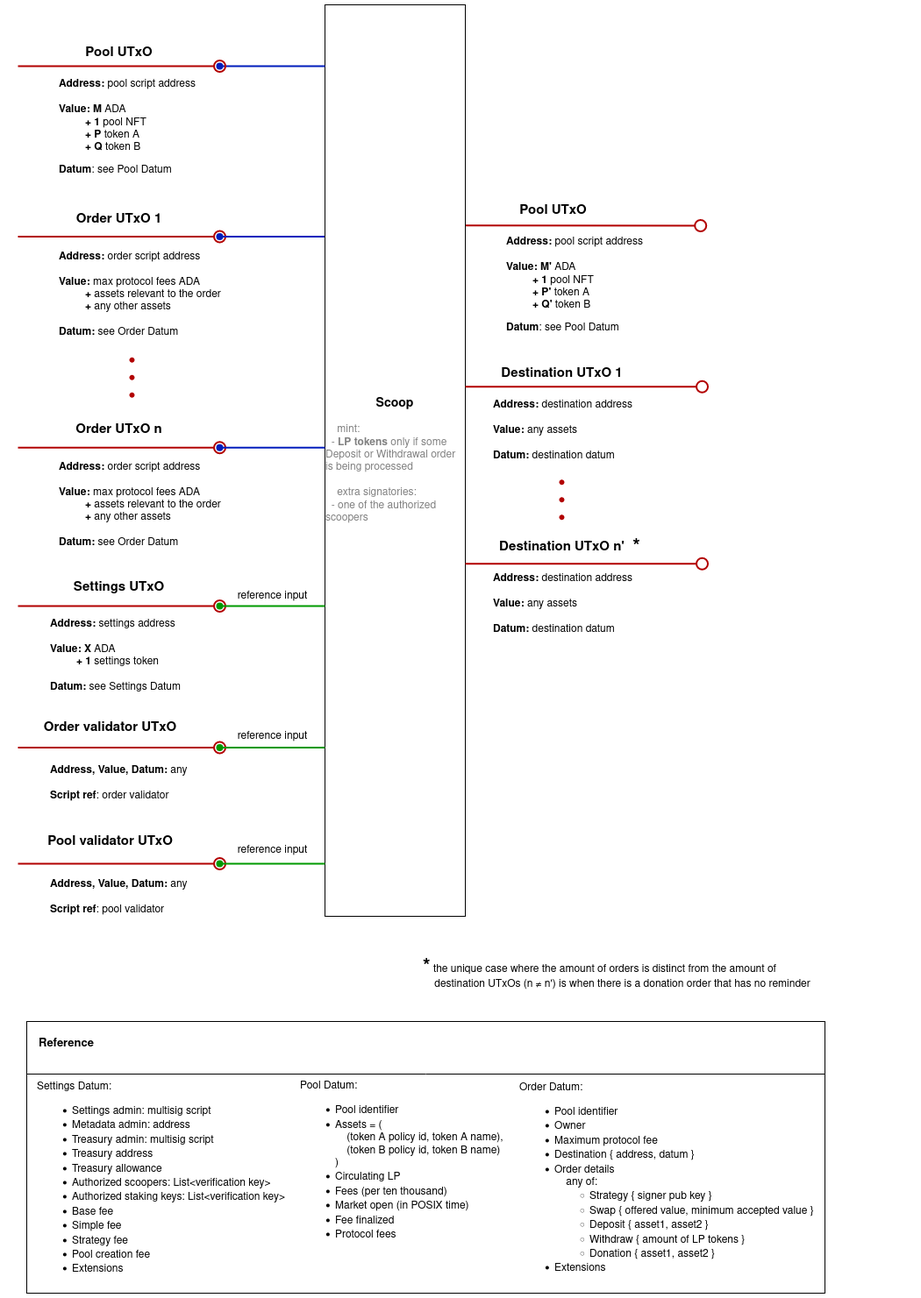
The draw.io diagram src/img/scoop.png in txpipe-shop/sundae-swap, before a commit. Source tidied: cells renumbered, new cells last; positions are measured from the earlier drawing's top-left corner, leaving out a move shared by most shapes.
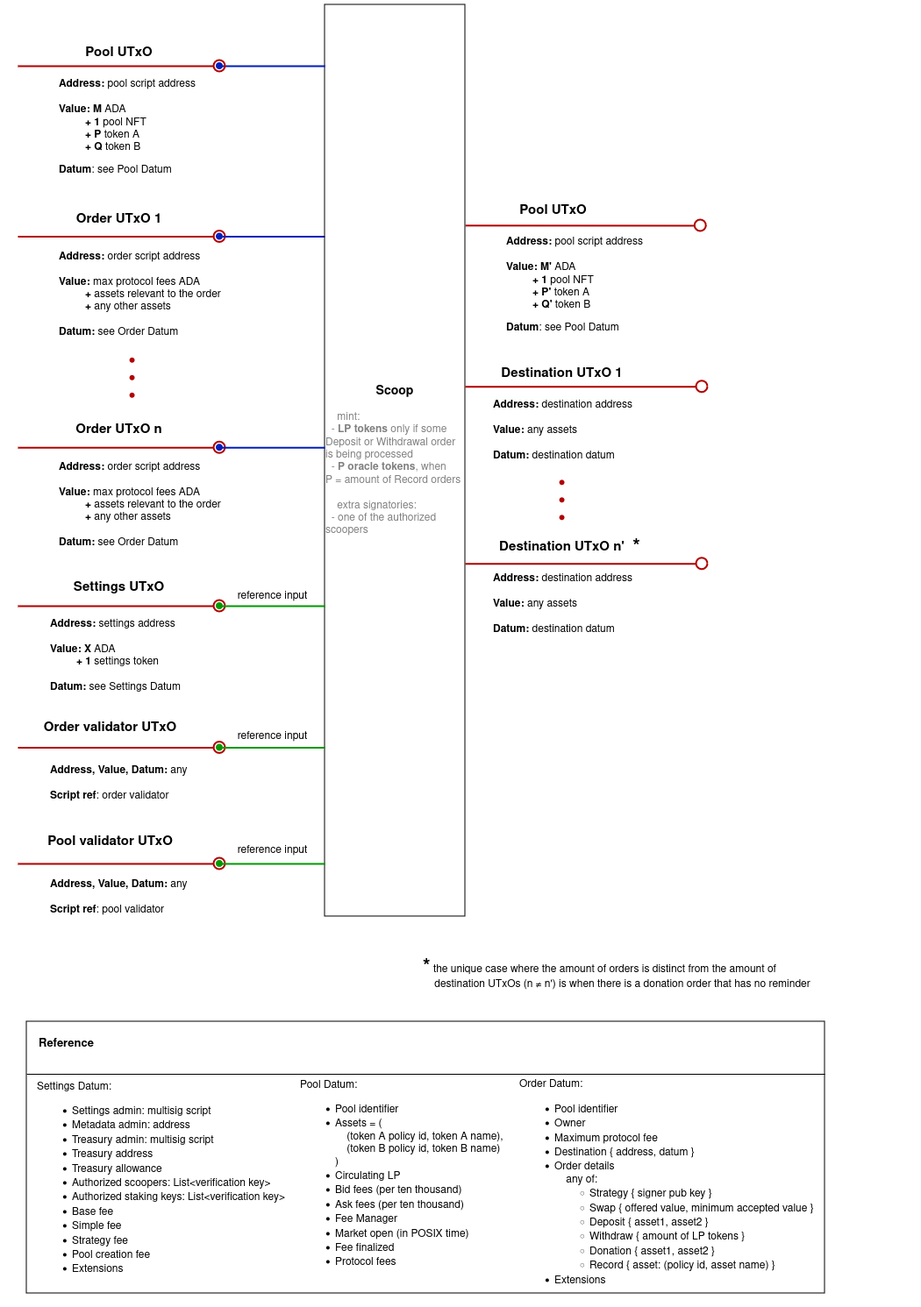
Above is the later version.

What changed in the source:
```diff
@@ -23,7 +23,7 @@
         <mxPoint x="778.2" y="252" as="targetPoint" />
       </mxGeometry>
     </mxCell>
-    <mxCell id="6" value="&lt;b&gt;&lt;font style=&quot;&quot;&gt;&lt;span style=&quot;font-size: 14px;&quot;&gt;Scoop&lt;/span&gt;&lt;/font&gt;&lt;/b&gt;&lt;br&gt;&lt;br&gt;&lt;div align=&quot;left&quot;&gt;&lt;font color=&quot;#808080&quot;&gt;&amp;nbsp;&amp;nbsp;&amp;nbsp; mint:&lt;/font&gt;&lt;br&gt;&lt;/div&gt;&lt;div align=&quot;left&quot;&gt;&lt;font color=&quot;#808080&quot;&gt;&amp;nbsp; &lt;/font&gt;&lt;font color=&quot;#808080&quot;&gt;- &lt;b&gt;LP tokens&lt;/b&gt; only if some&lt;br&gt;Deposit or Withdrawal order &lt;br&gt;is being processed&lt;br&gt;&lt;/font&gt;&lt;/div&gt;&lt;div align=&quot;left&quot;&gt;&lt;font color=&quot;#808080&quot;&gt;&lt;br&gt;&lt;/font&gt;&lt;/div&gt;&lt;div align=&quot;left&quot;&gt;&lt;font color=&quot;#808080&quot;&gt;&amp;nbsp;&amp;nbsp;&amp;nbsp; extra signatories:&lt;/font&gt;&lt;/div&gt;&lt;div align=&quot;left&quot;&gt;&lt;font color=&quot;#808080&quot;&gt;&amp;nbsp; - one of the authorized scoopers&lt;br&gt;&lt;/font&gt;&lt;/div&gt;" style="rounded=0;whiteSpace=wrap;html=1;" parent="1" vertex="1">
+    <mxCell id="6" value="&lt;b&gt;&lt;font style=&quot;&quot;&gt;&lt;span style=&quot;font-size: 14px;&quot;&gt;Scoop&lt;/span&gt;&lt;/font&gt;&lt;/b&gt;&lt;br&gt;&lt;br&gt;&lt;div align=&quot;left&quot;&gt;&lt;font color=&quot;#808080&quot;&gt;&amp;nbsp;&amp;nbsp;&amp;nbsp; mint:&lt;/font&gt;&lt;br&gt;&lt;/div&gt;&lt;div align=&quot;left&quot;&gt;&lt;font color=&quot;#808080&quot;&gt;&amp;nbsp; &lt;/font&gt;&lt;font color=&quot;#808080&quot;&gt;- &lt;b&gt;LP tokens&lt;/b&gt; only if some&lt;br&gt;Deposit or Withdrawal order &lt;br&gt;is being processed&lt;br&gt;&lt;/font&gt;&lt;/div&gt;&lt;div align=&quot;left&quot;&gt;&lt;font color=&quot;#808080&quot;&gt;&amp;nbsp; - &lt;b&gt;P oracle tokens&lt;/b&gt;, when&amp;nbsp;&lt;/font&gt;&lt;/div&gt;&lt;div align=&quot;left&quot;&gt;&lt;font color=&quot;#808080&quot;&gt;P = amount of Record orders&lt;br&gt;&lt;/font&gt;&lt;/div&gt;&lt;div align=&quot;left&quot;&gt;&lt;font color=&quot;#808080&quot;&gt;&lt;br&gt;&lt;/font&gt;&lt;/div&gt;&lt;div align=&quot;left&quot;&gt;&lt;font color=&quot;#808080&quot;&gt;&amp;nbsp;&amp;nbsp;&amp;nbsp; extra signatories:&lt;/font&gt;&lt;/div&gt;&lt;div align=&quot;left&quot;&gt;&lt;font color=&quot;#808080&quot;&gt;&amp;nbsp; - one of the authorized scoopers&lt;br&gt;&lt;/font&gt;&lt;/div&gt;" style="rounded=0;whiteSpace=wrap;html=1;" parent="1" vertex="1">
       <mxGeometry x="350" width="160" height="1040" as="geometry" />
     </mxCell>
     <mxCell id="7" value="&lt;font style=&quot;font-size: 15px;&quot;&gt;&lt;b style=&quot;font-size: 12px;&quot;&gt;&lt;font style=&quot;font-size: 15px;&quot;&gt;Order UTxO&lt;/font&gt;&lt;/b&gt;&lt;b&gt; 1&lt;br&gt;&lt;/b&gt;&lt;/font&gt;" style="text;html=1;align=center;verticalAlign=middle;strokeColor=none;fillColor=none;" parent="1" vertex="1">
@@ -113,8 +113,8 @@
     <mxCell id="28" value="&lt;font style=&quot;font-size: 15px;&quot;&gt;&lt;b style=&quot;font-size: 12px;&quot;&gt;&lt;font style=&quot;font-size: 15px;&quot;&gt;Order UTxO&lt;/font&gt;&lt;/b&gt;&lt;b&gt; n&lt;br&gt;&lt;/b&gt;&lt;/font&gt;" style="text;html=1;align=center;verticalAlign=middle;strokeColor=none;fillColor=none;" parent="1" vertex="1">
       <mxGeometry x="55" y="470" width="120" height="30" as="geometry" />
     </mxCell>
-    <mxCell id="29" value="&lt;div align=&quot;left&quot;&gt;Pool Datum:&lt;/div&gt;&lt;div align=&quot;left&quot;&gt;&lt;ul&gt;&lt;li&gt;Pool identifier&lt;br&gt;&lt;/li&gt;&lt;li&gt;Assets = (&lt;br&gt;&amp;nbsp;&amp;nbsp;&amp;nbsp; (token A policy id, token A name),&lt;br&gt;&amp;nbsp;&amp;nbsp;&amp;nbsp; (token B policy id, token B name)&lt;br&gt;)&lt;br&gt;&lt;/li&gt;&lt;li&gt;Circulating LP&lt;br&gt;&lt;/li&gt;&lt;li&gt;Fees (per ten thousand)&lt;br&gt;&lt;/li&gt;&lt;li&gt;Market open (in POSIX time)&lt;br&gt;&lt;/li&gt;&lt;li&gt;Fee finalized&lt;br&gt;&lt;/li&gt;&lt;li&gt;Protocol fees&lt;/li&gt;&lt;/ul&gt;&lt;/div&gt;" style="text;html=1;align=left;verticalAlign=middle;strokeColor=none;fillColor=none;" parent="1" vertex="1">
-      <mxGeometry x="320" y="1220" width="260" height="210" as="geometry" />
+    <mxCell id="29" value="&lt;div align=&quot;left&quot;&gt;Pool Datum:&lt;/div&gt;&lt;div align=&quot;left&quot;&gt;&lt;ul&gt;&lt;li&gt;Pool identifier&lt;br&gt;&lt;/li&gt;&lt;li&gt;Assets = (&lt;br&gt;&amp;nbsp;&amp;nbsp;&amp;nbsp; (token A policy id, token A name),&lt;br&gt;&amp;nbsp;&amp;nbsp;&amp;nbsp; (token B policy id, token B name)&lt;br&gt;)&lt;br&gt;&lt;/li&gt;&lt;li&gt;Circulating LP&lt;br&gt;&lt;/li&gt;&lt;li&gt;Bid fees (per ten thousand)&lt;/li&gt;&lt;li&gt;Ask fees (per ten thousand)&lt;/li&gt;&lt;li&gt;Fee Manager&lt;/li&gt;&lt;li&gt;Market open (in POSIX time)&lt;br&gt;&lt;/li&gt;&lt;li&gt;Fee finalized&lt;br&gt;&lt;/li&gt;&lt;li&gt;Protocol fees&lt;/li&gt;&lt;/ul&gt;&lt;/div&gt;" style="text;html=1;align=left;verticalAlign=middle;strokeColor=none;fillColor=none;" parent="1" vertex="1">
+      <mxGeometry x="320" y="1220" width="260" height="240" as="geometry" />
     </mxCell>
     <mxCell id="30" value="&lt;div&gt;&lt;b&gt;Address: &lt;/b&gt;order script address&lt;b&gt;&lt;br&gt;&lt;br&gt;Value: &lt;/b&gt;max protocol fees&lt;b&gt; &lt;/b&gt;ADA&lt;/div&gt;&lt;div&gt;&lt;b&gt;&amp;nbsp;&amp;nbsp;&amp;nbsp;&amp;nbsp;&amp;nbsp;&amp;nbsp;&amp;nbsp;&amp;nbsp; + &lt;/b&gt;assets relevant to the order&lt;b&gt;&lt;br&gt;&lt;/b&gt;&lt;/div&gt;&lt;b&gt;&amp;nbsp;&amp;nbsp;&amp;nbsp;&amp;nbsp;&amp;nbsp;&amp;nbsp;&amp;nbsp;&amp;nbsp; + &lt;/b&gt;any other assets&lt;br&gt;&lt;br&gt;&lt;b&gt;Datum:&lt;/b&gt; see Order Datum" style="text;html=1;strokeColor=none;fillColor=none;align=left;verticalAlign=middle;whiteSpace=wrap;rounded=0;" parent="1" vertex="1">
       <mxGeometry x="45" y="550" width="315" height="41" as="geometry" />
@@ -146,8 +146,8 @@
     <mxCell id="38" value="&lt;div align=&quot;left&quot;&gt;&lt;font size=&quot;1&quot;&gt;&lt;b style=&quot;font-size: 22px;&quot;&gt;*&lt;/b&gt;&lt;/font&gt; the unique case where the amount of orders is distinct from the amount of&lt;br&gt;&amp;nbsp;&amp;nbsp;&amp;nbsp; destination UTxOs (n&amp;nbsp;≠ n') is when there is a donation order that has no reminder&lt;br&gt;&lt;/div&gt;" style="text;html=1;align=left;verticalAlign=middle;strokeColor=none;fillColor=none;" parent="1" vertex="1">
       <mxGeometry x="460" y="1080" width="470" height="50" as="geometry" />
     </mxCell>
-    <mxCell id="39" value="&lt;div align=&quot;left&quot;&gt;Order Datum:&lt;br&gt;&lt;ul&gt;&lt;li&gt;Pool identifier&lt;br&gt;&lt;/li&gt;&lt;li&gt;Owner&lt;/li&gt;&lt;li&gt;Maximum protocol fee&lt;br&gt;&lt;/li&gt;&lt;li&gt;Destination { address, datum }&lt;br&gt;&lt;/li&gt;&lt;li&gt;Order details&lt;br&gt;&amp;nbsp;&amp;nbsp;&amp;nbsp; any of:&lt;br&gt;&lt;/li&gt;&lt;ul&gt;&lt;li&gt;Strategy { signer pub key }&lt;/li&gt;&lt;li&gt;Swap { offered value, minimum accepted value }&lt;/li&gt;&lt;li&gt;Deposit { asset1, asset2 }&lt;/li&gt;&lt;li&gt;Withdraw { amount of LP tokens }&lt;/li&gt;&lt;li&gt;Donation { asset1, asset2 }&lt;/li&gt;&lt;/ul&gt;&lt;li&gt;Extensions&lt;br&gt;&lt;/li&gt;&lt;/ul&gt;&lt;/div&gt;" style="text;html=1;align=left;verticalAlign=middle;strokeColor=none;fillColor=none;" parent="1" vertex="1">
-      <mxGeometry x="570" y="1225" width="360" height="240" as="geometry" />
+    <mxCell id="39" value="&lt;div align=&quot;left&quot;&gt;Order Datum:&lt;br&gt;&lt;ul&gt;&lt;li&gt;Pool identifier&lt;br&gt;&lt;/li&gt;&lt;li&gt;Owner&lt;/li&gt;&lt;li&gt;Maximum protocol fee&lt;br&gt;&lt;/li&gt;&lt;li&gt;Destination { address, datum }&lt;br&gt;&lt;/li&gt;&lt;li&gt;Order details&lt;br&gt;&amp;nbsp;&amp;nbsp;&amp;nbsp; any of:&lt;br&gt;&lt;/li&gt;&lt;ul&gt;&lt;li&gt;Strategy { signer pub key }&lt;/li&gt;&lt;li&gt;Swap { offered value, minimum accepted value }&lt;/li&gt;&lt;li&gt;Deposit { asset1, asset2 }&lt;/li&gt;&lt;li&gt;Withdraw { amount of LP tokens }&lt;/li&gt;&lt;li&gt;Donation { asset1, asset2 }&lt;/li&gt;&lt;li&gt;Record { asset: (policy id, asset name) }&lt;/li&gt;&lt;/ul&gt;&lt;li&gt;Extensions&lt;br&gt;&lt;/li&gt;&lt;/ul&gt;&lt;/div&gt;" style="text;html=1;align=left;verticalAlign=middle;strokeColor=none;fillColor=none;" parent="1" vertex="1">
+      <mxGeometry x="570" y="1220" width="360" height="260" as="geometry" />
     </mxCell>
     <mxCell id="40" value="&lt;font style=&quot;font-size: 13px;&quot;&gt;&lt;b&gt;Reference&lt;/b&gt;&lt;/font&gt;" style="text;html=1;align=center;verticalAlign=middle;strokeColor=none;fillColor=none;" parent="1" vertex="1">
       <mxGeometry x="10" y="1170" width="90" height="30" as="geometry" />
```
